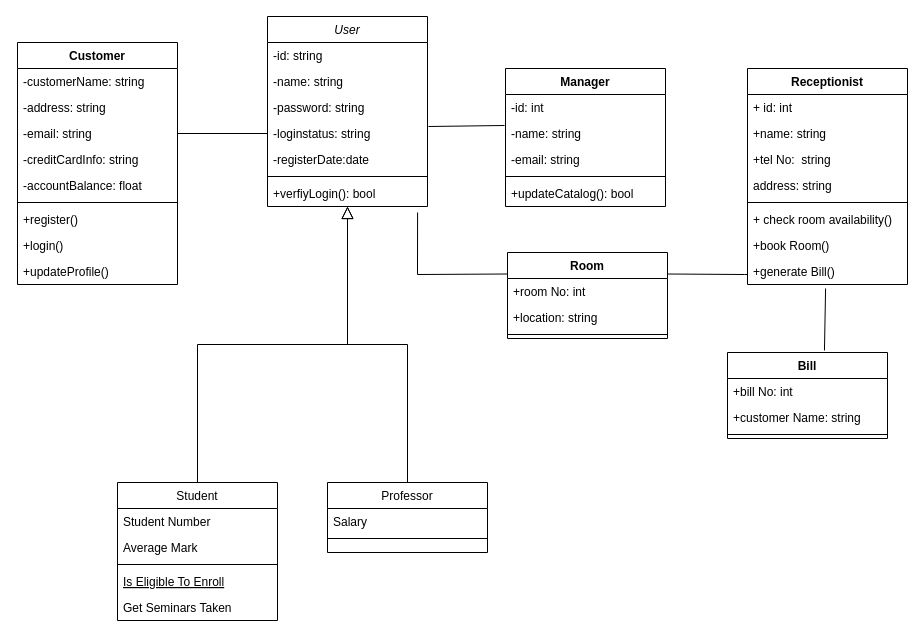
Above: Class diagram2.drawio in AhmedTarek-95/System-Desine (draw.io), before the change. Source tidied: cells renumbered, new cells numbered last; positions are measured from the earlier drawing's top-left corner, leaving out a move shared by most shapes. Both pictures are drawn from the tidied source at 100%, with x=0, y=0 at pixel (17, 16).
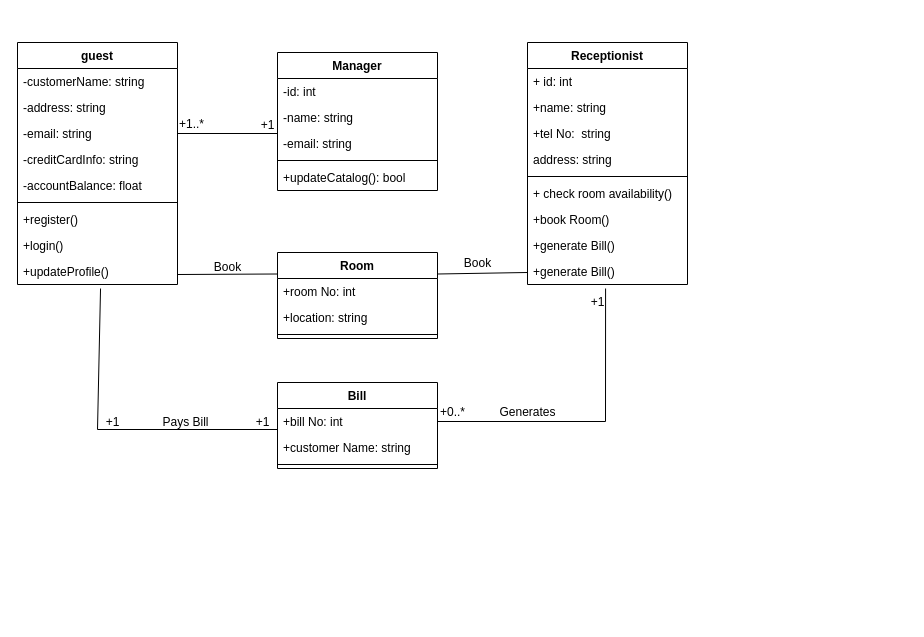
Above is the later version.

Unchanged cells that the change refers to:
```xml
<mxCell id="23" value="-name: string" style="text;strokeColor=none;fillColor=none;align=left;verticalAlign=top;spacingLeft=4;spacingRight=4;overflow=hidden;points=[[0,0.5],[1,0.5]];portConstraint=eastwest;" parent="21" vertex="1">
  <mxGeometry y="52" width="160" height="26" as="geometry" />
</mxCell>
<mxCell id="30" value="-email: string" style="text;strokeColor=none;fillColor=none;align=left;verticalAlign=top;spacingLeft=4;spacingRight=4;overflow=hidden;points=[[0,0.5],[1,0.5]];portConstraint=eastwest;" parent="27" vertex="1">
  <mxGeometry y="78" width="160" height="26" as="geometry" />
</mxCell>
<mxCell id="36" value="+updateProfile()" style="text;strokeColor=none;fillColor=none;align=left;verticalAlign=top;spacingLeft=4;spacingRight=4;overflow=hidden;points=[[0,0.5],[1,0.5]];portConstraint=eastwest;" parent="27" vertex="1">
  <mxGeometry y="216" width="160" height="26" as="geometry" />
</mxCell>
<mxCell id="56" value="+bill No: int" style="text;strokeColor=none;fillColor=none;align=left;verticalAlign=top;spacingLeft=4;spacingRight=4;overflow=hidden;points=[[0,0.5],[1,0.5]];portConstraint=eastwest;" parent="55" vertex="1">
  <mxGeometry y="26" width="160" height="26" as="geometry" />
</mxCell>
```

Diff of the diagram source:
```diff
@@
-    <mxCell id="2" value="User" style="swimlane;fontStyle=2;align=center;verticalAlign=top;horizontal=1;startSize=26;rounded=0;shadow=0;strokeWidth=1;" parent="1" vertex="1">
-      <mxGeometry x="250" width="160" height="190" as="geometry" />
-    </mxCell>
-    <mxCell id="3" value="-id: string" style="text;align=left;verticalAlign=top;spacingLeft=4;spacingRight=4;overflow=hidden;" parent="2" vertex="1">
-      <mxGeometry y="26" width="160" height="26" as="geometry" />
-    </mxCell>
-    <mxCell id="4" value="-name: string" style="text;align=left;verticalAlign=top;spacingLeft=4;spacingRight=4;overflow=hidden;" parent="2" vertex="1">
-      <mxGeometry y="52" width="160" height="26" as="geometry" />
-    </mxCell>
-    <mxCell id="5" value="-password: string" style="text;align=left;verticalAlign=top;spacingLeft=4;spacingRight=4;overflow=hidden;rounded=0;shadow=0;html=0;" parent="2" vertex="1">
-      <mxGeometry y="78" width="160" height="26" as="geometry" />
-    </mxCell>
-    <mxCell id="6" value="-loginstatus: string" style="text;align=left;verticalAlign=top;spacingLeft=4;spacingRight=4;overflow=hidden;points=[[0,0.5],[1,0.5]];portConstraint=eastwest;rounded=0;shadow=0;html=0;" parent="2" vertex="1">
-      <mxGeometry y="104" width="160" height="26" as="geometry" />
-    </mxCell>
-    <mxCell id="7" value="-registerDate:date" style="text;align=left;verticalAlign=top;spacingLeft=4;spacingRight=4;overflow=hidden;rounded=0;shadow=0;html=0;" parent="2" vertex="1">
-      <mxGeometry y="130" width="160" height="26" as="geometry" />
-    </mxCell>
-    <mxCell id="8" style="line;html=1;strokeWidth=1;align=left;verticalAlign=middle;spacingTop=-1;spacingLeft=3;spacingRight=3;labelPosition=right;" parent="2" vertex="1">
-      <mxGeometry y="156" width="160" height="8" as="geometry" />
-    </mxCell>
-    <mxCell id="9" value="+verfiyLogin(): bool" style="text;align=left;verticalAlign=top;spacingLeft=4;spacingRight=4;overflow=hidden;points=[[0,0.5],[1,0.5]];portConstraint=eastwest;" parent="2" vertex="1">
-      <mxGeometry y="164" width="160" height="26" as="geometry" />
-    </mxCell>
-    <mxCell id="10" value="Student" style="swimlane;fontStyle=0;align=center;verticalAlign=top;horizontal=1;startSize=26;rounded=0;shadow=0;strokeWidth=1;" parent="1" vertex="1">
-      <mxGeometry x="100" y="466" width="160" height="138" as="geometry" />
-    </mxCell>
-    <mxCell id="11" value="Student Number" style="text;align=left;verticalAlign=top;spacingLeft=4;spacingRight=4;overflow=hidden;" parent="10" vertex="1">
-      <mxGeometry y="26" width="160" height="26" as="geometry" />
-    </mxCell>
-    <mxCell id="12" value="Average Mark" style="text;align=left;verticalAlign=top;spacingLeft=4;spacingRight=4;overflow=hidden;rounded=0;shadow=0;html=0;" parent="10" vertex="1">
-      <mxGeometry y="52" width="160" height="26" as="geometry" />
-    </mxCell>
-    <mxCell id="13" style="line;html=1;strokeWidth=1;align=left;verticalAlign=middle;spacingTop=-1;spacingLeft=3;spacingRight=3;labelPosition=right;" parent="10" vertex="1">
-      <mxGeometry y="78" width="160" height="8" as="geometry" />
-    </mxCell>
-    <mxCell id="14" value="Is Eligible To Enroll" style="text;align=left;verticalAlign=top;spacingLeft=4;spacingRight=4;overflow=hidden;fontStyle=4;" parent="10" vertex="1">
-      <mxGeometry y="86" width="160" height="26" as="geometry" />
-    </mxCell>
-    <mxCell id="15" value="Get Seminars Taken" style="text;align=left;verticalAlign=top;spacingLeft=4;spacingRight=4;overflow=hidden;" parent="10" vertex="1">
-      <mxGeometry y="112" width="160" height="26" as="geometry" />
-    </mxCell>
-    <mxCell id="16" style="endArrow=block;endSize=10;endFill=0;shadow=0;strokeWidth=1;rounded=0;edgeStyle=elbowEdgeStyle;elbow=vertical;" parent="1" edge="1" source="10" target="2">
-      <mxGeometry relative="1" as="geometry" />
-    </mxCell>
-    <mxCell id="17" value="Professor" style="swimlane;fontStyle=0;align=center;verticalAlign=top;horizontal=1;startSize=26;rounded=0;shadow=0;strokeWidth=1;" parent="1" vertex="1">
-      <mxGeometry x="310" y="466" width="160" height="70" as="geometry" />
-    </mxCell>
-    <mxCell id="18" value="Salary" style="text;align=left;verticalAlign=top;spacingLeft=4;spacingRight=4;overflow=hidden;" parent="17" vertex="1">
-      <mxGeometry y="26" width="160" height="26" as="geometry" />
-    </mxCell>
-    <mxCell id="19" style="line;html=1;strokeWidth=1;align=left;verticalAlign=middle;spacingTop=-1;spacingLeft=3;spacingRight=3;labelPosition=right;" parent="17" vertex="1">
-      <mxGeometry y="52" width="160" height="8" as="geometry" />
-    </mxCell>
-    <mxCell id="20" style="endArrow=block;endSize=10;endFill=0;shadow=0;strokeWidth=1;rounded=0;edgeStyle=elbowEdgeStyle;elbow=vertical;" parent="1" edge="1" source="17" target="2">
-      <mxGeometry relative="1" as="geometry" />
-    </mxCell>
     <mxCell id="21" value="Manager" style="swimlane;fontStyle=1;align=center;verticalAlign=top;horizontal=1;startSize=26;" parent="1" vertex="1">
-      <mxGeometry x="488" y="52" width="160" height="138" as="geometry" />
+      <mxGeometry x="260" y="36" width="160" height="138" as="geometry" />
     </mxCell>
@@
-    <mxCell id="27" value="Customer" style="swimlane;fontStyle=1;align=center;verticalAlign=top;horizontal=1;startSize=26;" parent="1" vertex="1">
+    <mxCell id="27" value="guest" style="swimlane;fontStyle=1;align=center;verticalAlign=top;horizontal=1;startSize=26;" parent="1" vertex="1">
       <mxGeometry y="26" width="160" height="242" as="geometry" />
     </mxCell>
@@
-    <mxCell id="37" style="endArrow=none;html=1;rounded=0;entryX=-0.006;entryY=0.192;entryDx=0;entryDy=0;entryPerimeter=0;exitX=1.006;exitY=0.231;exitDx=0;exitDy=0;exitPerimeter=0;" parent="1" edge="1" source="6" target="23">
-      <mxGeometry relative="1" as="geometry" />
-    </mxCell>
-    <mxCell id="38" style="endArrow=none;html=1;rounded=0;entryX=0;entryY=0.5;entryDx=0;entryDy=0;" parent="1" edge="1" source="30" target="6">
-      <mxGeometry relative="1" as="geometry" />
+    <mxCell id="38" style="endArrow=none;html=1;rounded=0;" parent="1" edge="1" source="30">
+      <mxGeometry relative="1" as="geometry">
+        <mxPoint x="260" y="117" as="targetPoint" />
+      </mxGeometry>
     </mxCell>
     <mxCell id="39" value="Room" style="swimlane;fontStyle=1;align=center;verticalAlign=top;horizontal=1;startSize=26;" parent="1" vertex="1">
-      <mxGeometry x="490" y="236" width="160" height="86" as="geometry" />
+      <mxGeometry x="260" y="236" width="160" height="86" as="geometry" />
     </mxCell>
@@
     <mxCell id="43" value="Receptionist" style="swimlane;fontStyle=1;align=center;verticalAlign=top;horizontal=1;startSize=26;" parent="1" vertex="1">
-      <mxGeometry x="730" y="52" width="160" height="216" as="geometry" />
+      <mxGeometry x="510" y="26" width="160" height="242" as="geometry" />
     </mxCell>
@@
+    <mxCell id="59" value="+generate Bill()" style="text;strokeColor=none;fillColor=none;align=left;verticalAlign=top;spacingLeft=4;spacingRight=4;overflow=hidden;" parent="43" vertex="1">
+      <mxGeometry y="190" width="160" height="26" as="geometry" />
+    </mxCell>
     <mxCell id="51" value="+generate Bill()" style="text;strokeColor=none;fillColor=none;align=left;verticalAlign=top;spacingLeft=4;spacingRight=4;overflow=hidden;points=[[0,0.5],[1,0.5]];portConstraint=eastwest;" parent="43" vertex="1">
-      <mxGeometry y="190" width="160" height="26" as="geometry" />
+      <mxGeometry y="216" width="160" height="26" as="geometry" />
     </mxCell>
-    <mxCell id="52" style="endArrow=none;html=1;rounded=0;entryX=0.938;entryY=1.231;entryDx=0;entryDy=0;entryPerimeter=0;exitX=0;exitY=0.25;exitDx=0;exitDy=0;" parent="1" edge="1" source="39" target="9">
+    <mxCell id="52" style="endArrow=none;html=1;rounded=0;exitX=0;exitY=0.25;exitDx=0;exitDy=0;" parent="1" edge="1" source="39">
       <mxGeometry relative="1" as="geometry">
-        <Array as="points">
-          <mxPoint x="400" y="258" />
-        </Array>
+        <mxPoint x="160" y="258" as="targetPoint" />
       </mxGeometry>
     </mxCell>
-    <mxCell id="53" style="endArrow=none;html=1;rounded=0;exitX=1;exitY=0.25;exitDx=0;exitDy=0;" parent="1" edge="1" source="39">
-      <mxGeometry relative="1" as="geometry">
-        <mxPoint x="730" y="258" as="targetPoint" />
-        <Array as="points">
-          <mxPoint x="727" y="258" />
-        </Array>
-      </mxGeometry>
-    </mxCell>
-    <mxCell id="54" style="endArrow=none;html=1;rounded=0;entryX=0.488;entryY=1.154;entryDx=0;entryDy=0;entryPerimeter=0;exitX=0.606;exitY=-0.023;exitDx=0;exitDy=0;exitPerimeter=0;" parent="1" edge="1" source="55" target="51">
-      <mxGeometry relative="1" as="geometry" />
+    <mxCell id="54" style="endArrow=none;html=1;rounded=0;entryX=0.488;entryY=1.154;entryDx=0;entryDy=0;entryPerimeter=0;exitX=1;exitY=0.5;exitDx=0;exitDy=0;" parent="1" edge="1" source="56" target="51">
+      <mxGeometry relative="1" as="geometry">
+        <Array as="points">
+          <mxPoint x="588" y="405" />
+        </Array>
+      </mxGeometry>
     </mxCell>
     <mxCell id="55" value="Bill" style="swimlane;fontStyle=1;align=center;verticalAlign=top;horizontal=1;startSize=26;" parent="1" vertex="1">
-      <mxGeometry x="710" y="336" width="160" height="86" as="geometry" />
+      <mxGeometry x="260" y="366" width="160" height="86" as="geometry" />
     </mxCell>
@@
+    <mxCell id="60" style="endArrow=none;html=1;rounded=0;entryX=0;entryY=0.808;entryDx=0;entryDy=0;entryPerimeter=0;exitX=0.519;exitY=1.154;exitDx=0;exitDy=0;exitPerimeter=0;" parent="1" edge="1" source="36" target="56">
+      <mxGeometry relative="1" as="geometry">
+        <Array as="points">
+          <mxPoint x="80" y="413" />
+        </Array>
+      </mxGeometry>
+    </mxCell>
+    <mxCell id="61" style="endArrow=none;html=1;rounded=0;entryX=1;entryY=0.25;entryDx=0;entryDy=0;" parent="1" edge="1" target="39">
+      <mxGeometry relative="1" as="geometry">
+        <mxPoint x="510" y="256" as="sourcePoint" />
+      </mxGeometry>
+    </mxCell>
+    <mxCell id="62" value="+1..*" style="text;html=1;align=center;verticalAlign=middle;strokeColor=none;fillColor=none;" parent="1" vertex="1">
+      <mxGeometry x="154" y="98" width="40" height="20" as="geometry" />
+    </mxCell>
+    <mxCell id="63" value="+1" style="text;html=1;align=center;verticalAlign=middle;strokeColor=none;fillColor=none;" parent="1" vertex="1">
+      <mxGeometry x="235" y="99" width="30" height="20" as="geometry" />
+    </mxCell>
+    <mxCell id="64" value="+1" style="text;html=1;align=center;verticalAlign=middle;strokeColor=none;fillColor=none;" parent="1" vertex="1">
+      <mxGeometry x="80" y="396" width="30" height="20" as="geometry" />
+    </mxCell>
+    <mxCell id="65" value="+1" style="text;html=1;align=center;verticalAlign=middle;strokeColor=none;fillColor=none;" parent="1" vertex="1">
+      <mxGeometry x="230" y="396" width="30" height="20" as="geometry" />
+    </mxCell>
+    <mxCell id="66" value="Generates" style="text;html=1;align=center;verticalAlign=middle;strokeColor=none;fillColor=none;" parent="1" vertex="1">
+      <mxGeometry x="475" y="386" width="70" height="20" as="geometry" />
+    </mxCell>
+    <mxCell id="67" value="+1" style="text;html=1;align=center;verticalAlign=middle;strokeColor=none;fillColor=none;" parent="1" vertex="1">
+      <mxGeometry x="565" y="276" width="30" height="20" as="geometry" />
+    </mxCell>
+    <mxCell id="68" value="+0..*" style="text;html=1;align=center;verticalAlign=middle;strokeColor=none;fillColor=none;" parent="1" vertex="1">
+      <mxGeometry x="415" y="386" width="40" height="20" as="geometry" />
+    </mxCell>
+    <mxCell id="69" value="Pays Bill" style="text;html=1;align=center;verticalAlign=middle;strokeColor=none;fillColor=none;" parent="1" vertex="1">
+      <mxGeometry x="138" y="396" width="60" height="20" as="geometry" />
+    </mxCell>
+    <mxCell id="70" value="Book" style="text;html=1;align=center;verticalAlign=middle;strokeColor=none;fillColor=none;" parent="1" vertex="1">
+      <mxGeometry x="190" y="241" width="40" height="20" as="geometry" />
+    </mxCell>
+    <mxCell id="71" value="Book" style="text;html=1;align=center;verticalAlign=middle;strokeColor=none;fillColor=none;" parent="1" vertex="1">
+      <mxGeometry x="440" y="237" width="40" height="20" as="geometry" />
+    </mxCell>
```
